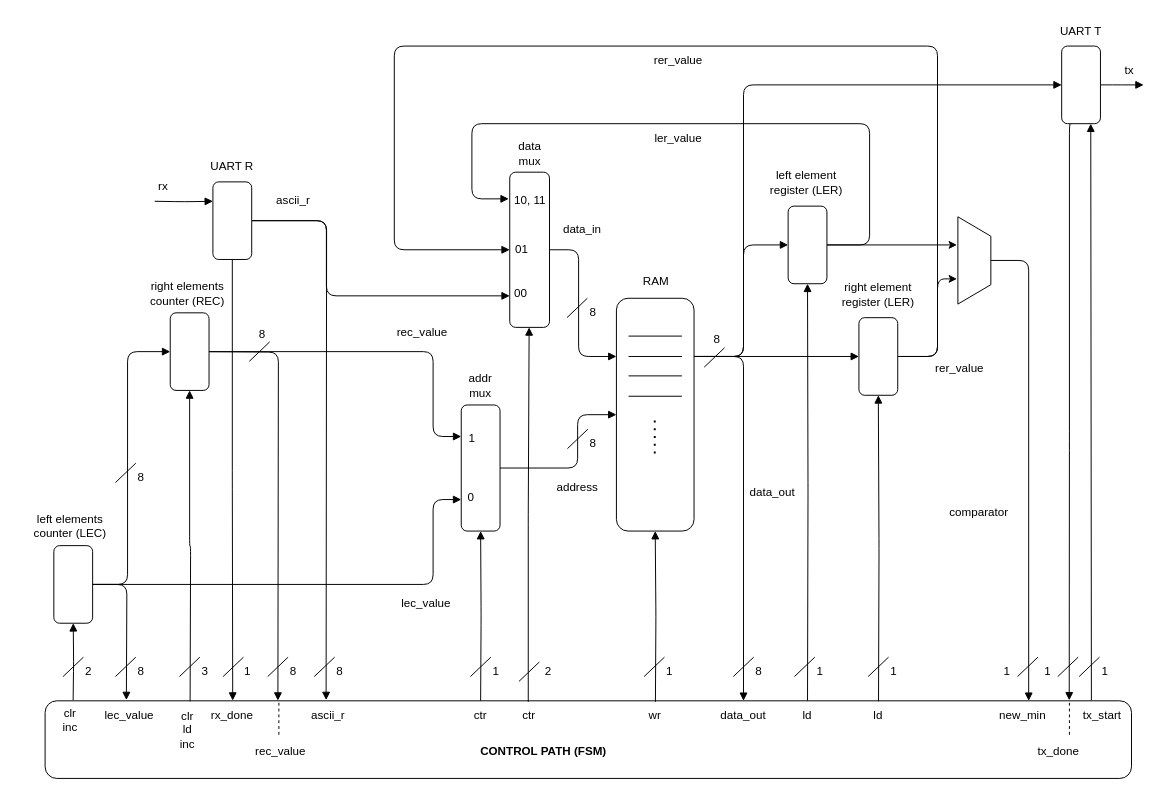
Above: insert_sort_fsmd.drawio in Ibbert/CS4110-Project-assignment (draw.io), before the change. Source tidied: cells renumbered, new cells numbered last; positions are measured from the earlier drawing's top-left corner, leaving out a move shared by most shapes. Both pictures are drawn from the tidied source at 97%, with x=0, y=0 at pixel (16, 16).
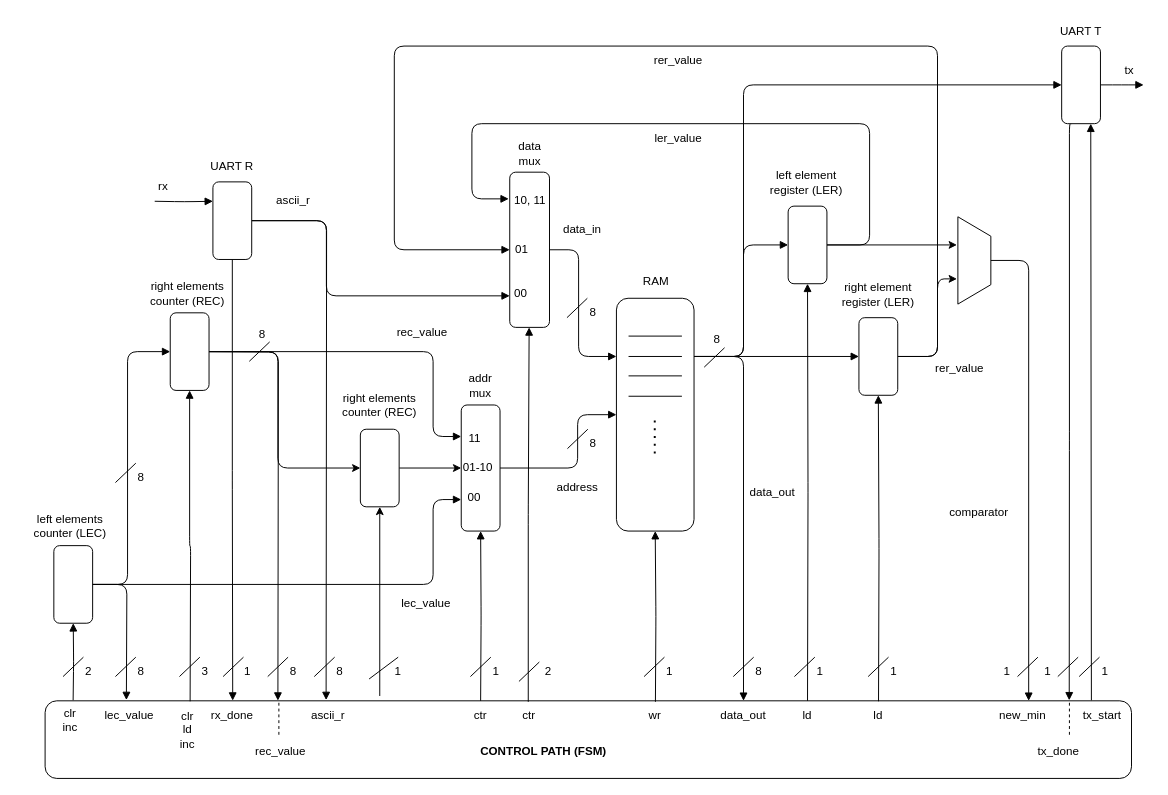
After the change.

Commit message:
correct fsmd

Unchanged cells that the change refers to:
```xml
<mxCell id="12" style="rounded=1;whiteSpace=wrap;html=1;" parent="1" vertex="1">
  <mxGeometry x="158" y="305" width="40" height="80" as="geometry" />
</mxCell>
```

Change to the diagram source:
```diff
@@
+    <mxCell id="133" style="edgeStyle=none;html=1;exitX=1;exitY=0.5;exitDx=0;exitDy=0;entryX=0;entryY=0.5;entryDx=0;entryDy=0;startArrow=none;startFill=0;endArrow=classic;endFill=1;" parent="1" edge="1" source="12" target="136">
+      <mxGeometry relative="1" as="geometry">
+        <Array as="points">
+          <mxPoint x="269" y="345" />
+          <mxPoint x="269" y="465" />
+        </Array>
+      </mxGeometry>
+    </mxCell>
@@
-    <mxCell id="99" value="0" style="text;html=1;strokeColor=none;fillColor=none;align=left;verticalAlign=middle;whiteSpace=wrap;rounded=0;" parent="1" vertex="1">
+    <mxCell id="99" value="00" style="text;html=1;strokeColor=none;fillColor=none;align=left;verticalAlign=middle;whiteSpace=wrap;rounded=0;" parent="1" vertex="1">
       <mxGeometry x="462.5" y="480" width="31" height="30" as="geometry" />
     </mxCell>
-    <mxCell id="100" value="1" style="text;html=1;strokeColor=none;fillColor=none;align=left;verticalAlign=middle;whiteSpace=wrap;rounded=0;" parent="1" vertex="1">
+    <mxCell id="100" value="11" style="text;html=1;strokeColor=none;fillColor=none;align=left;verticalAlign=middle;whiteSpace=wrap;rounded=0;" parent="1" vertex="1">
       <mxGeometry x="464" y="420" width="31" height="30" as="geometry" />
     </mxCell>
@@
+    <mxCell id="134" style="edgeStyle=none;html=1;exitX=1;exitY=0.5;exitDx=0;exitDy=0;entryX=0;entryY=0.5;entryDx=0;entryDy=0;" parent="1" edge="1" source="136" target="138">
+      <mxGeometry relative="1" as="geometry" />
+    </mxCell>
+    <mxCell id="135" style="edgeStyle=none;html=1;exitX=0.5;exitY=1;exitDx=0;exitDy=0;startArrow=classic;startFill=1;endArrow=none;endFill=0;" parent="1" edge="1" source="136">
+      <mxGeometry relative="1" as="geometry">
+        <mxPoint x="374" y="700" as="targetPoint" />
+      </mxGeometry>
+    </mxCell>
+    <mxCell id="136" style="rounded=1;whiteSpace=wrap;html=1;" parent="1" vertex="1">
+      <mxGeometry x="354" y="425" width="40" height="80" as="geometry" />
+    </mxCell>
+    <mxCell id="137" value="right elements counter (REC)" style="text;html=1;strokeColor=none;fillColor=none;align=center;verticalAlign=middle;whiteSpace=wrap;rounded=0;" parent="1" vertex="1">
+      <mxGeometry x="319" y="385" width="110" height="30" as="geometry" />
+    </mxCell>
+    <mxCell id="138" value="01-10" style="text;html=1;strokeColor=none;fillColor=none;align=left;verticalAlign=middle;whiteSpace=wrap;rounded=0;" parent="1" vertex="1">
+      <mxGeometry x="458" y="450" width="41" height="30" as="geometry" />
+    </mxCell>
+    <mxCell id="139" value="1" style="text;html=1;strokeColor=none;fillColor=none;align=center;verticalAlign=middle;whiteSpace=wrap;rounded=0;" parent="1" vertex="1">
+      <mxGeometry x="363" y="660" width="60" height="30" as="geometry" />
+    </mxCell>
+    <mxCell id="140" style="endArrow=none;html=1;rounded=1;entryX=0.5;entryY=0;entryDx=0;entryDy=0;exitX=0;exitY=0.75;exitDx=0;exitDy=0;" parent="1" edge="1" source="139" target="139">
+      <mxGeometry relative="1" as="geometry" />
+    </mxCell>
```
